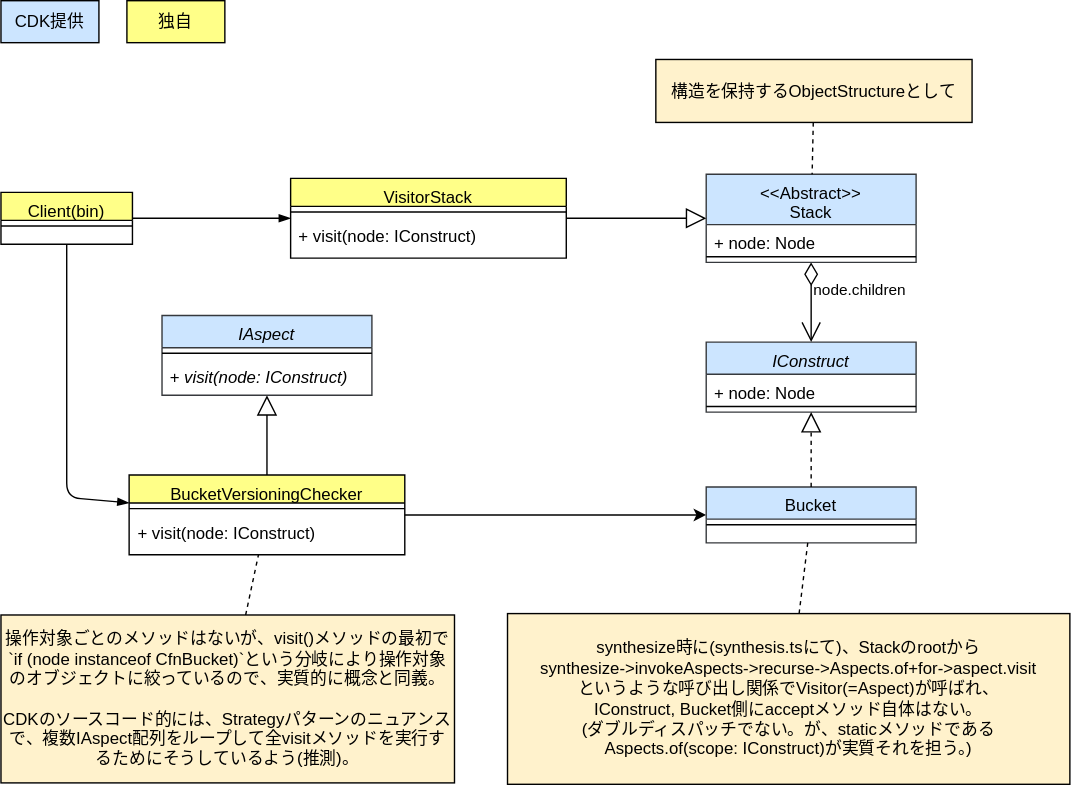
go-to-k/cdk-gof-design-pattern keeps this draw.io diagram as drawio/visitor/visitor-cdk-simplified.drawio.svg. Above is the earlier version. Source tidied: cells renumbered, new cells last; positions are measured from the earlier drawing's top-left corner, leaving out a move shared by most shapes.
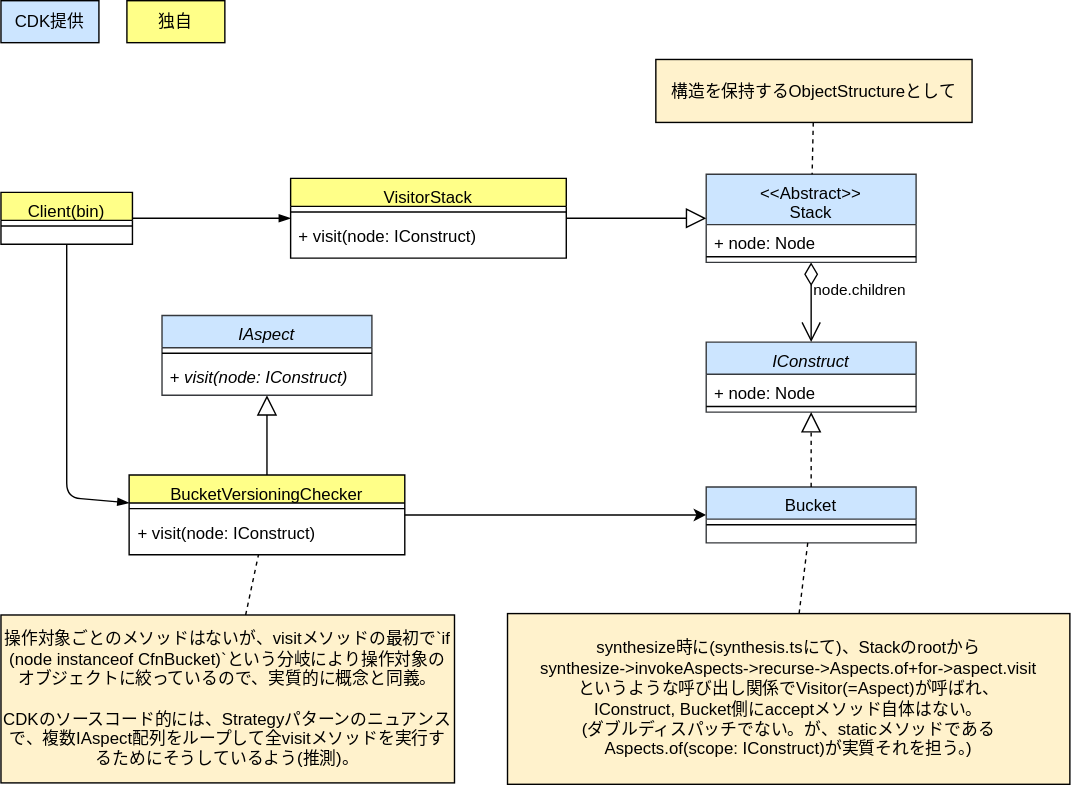
Above is the later version.

Commit message:
update visitor diagrams comments

The edit, as a diff of the source:
```diff
@@ -53,7 +53,7 @@
     <mxCell id="18" style="edgeStyle=none;html=1;strokeColor=#000000;endArrow=none;endFill=0;dashed=1;" parent="1" edge="1" source="19" target="5">
       <mxGeometry relative="1" as="geometry" />
     </mxCell>
-    <mxCell id="19" value="操作対象ごとのメソッドはないが、visit()メソッドの最初で`if (node instanceof CfnBucket)`という分岐により操作対象のオブジェクトに絞っているので、実質的に概念と同義。&lt;br&gt;&lt;br&gt;CDKのソースコード的には、Strategyパターンのニュアンスで、複数IAspect配列をループして全visitメソッドを実行するためにそうしているよう(推測)。" style="text;html=1;strokeColor=#000000;fillColor=#fff2cc;align=center;verticalAlign=middle;whiteSpace=wrap;rounded=0;fontColor=#000000;" parent="1" vertex="1">
+    <mxCell id="19" value="操作対象ごとのメソッドはないが、visitメソッドの最初で`if (node instanceof CfnBucket)`という分岐により操作対象のオブジェクトに絞っているので、実質的に概念と同義。&lt;br&gt;&lt;br&gt;CDKのソースコード的には、Strategyパターンのニュアンスで、複数IAspect配列をループして全visitメソッドを実行するためにそうしているよう(推測)。" style="text;html=1;strokeColor=#000000;fillColor=#fff2cc;align=center;verticalAlign=middle;whiteSpace=wrap;rounded=0;fontColor=#000000;" parent="1" vertex="1">
       <mxGeometry y="439" width="324.1" height="120" as="geometry" />
     </mxCell>
     <mxCell id="20" style="edgeStyle=none;html=1;dashed=1;strokeColor=#000000;endArrow=none;endFill=0;" parent="1" edge="1" source="21" target="12">
```
